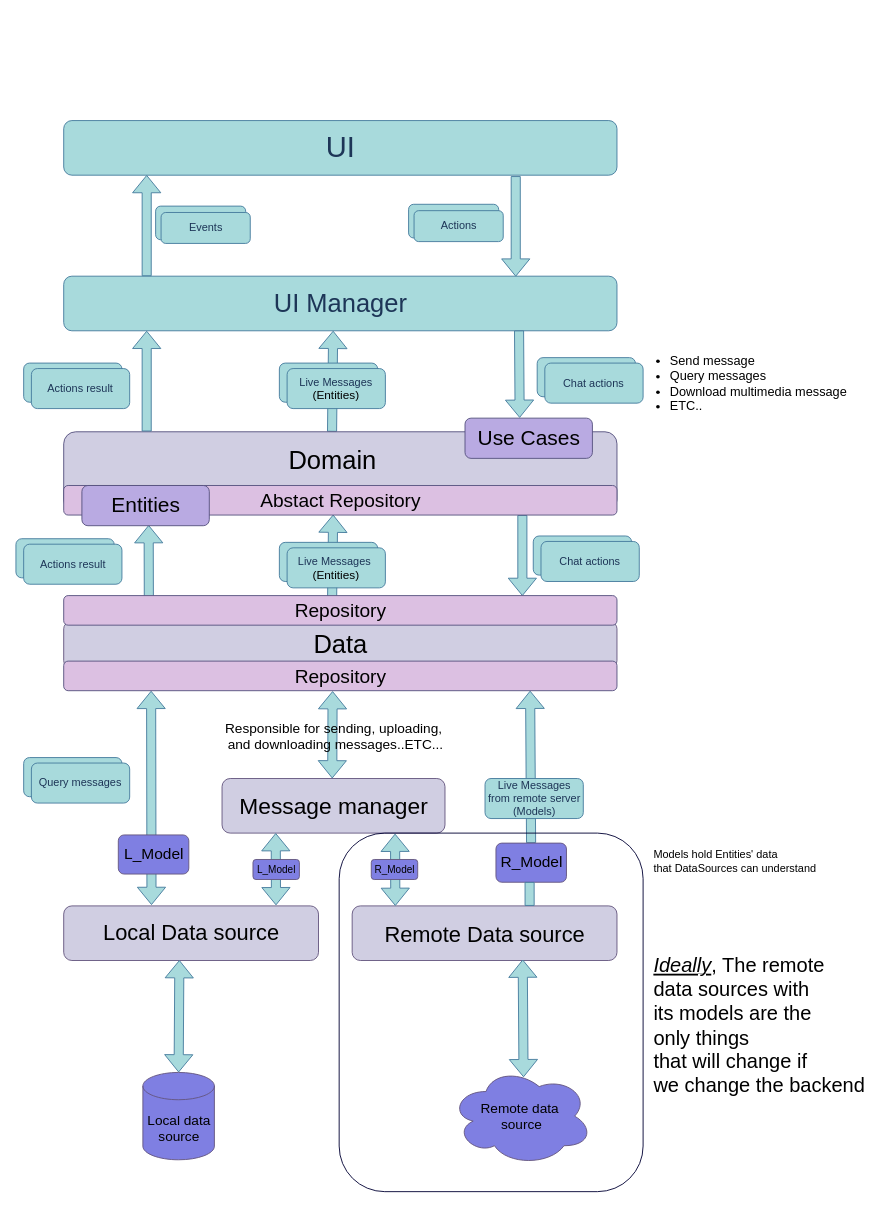
The draw.io diagram page "Messages" (1 of 3) of open-chat-architecture-for-mobile-applications.drawio in mobile-open-chat/open-chat-architecture, before the edit. Source tidied: cells renumbered, new cells numbered last; positions are measured from the earlier drawing's top-left corner, leaving out a move shared by most shapes. Both pictures are drawn from the tidied source at 91%, with x=0, y=0 at pixel (15, 120).
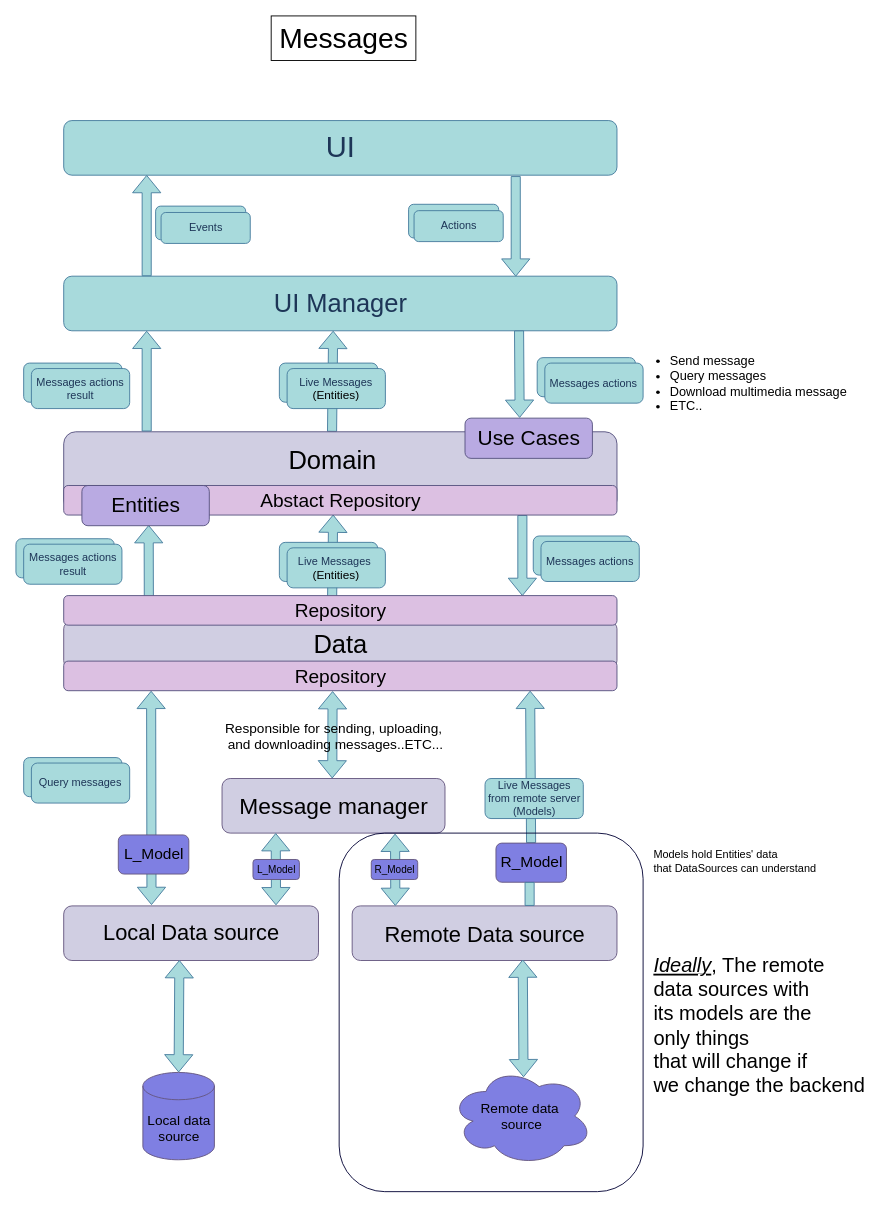
The same page after the edit.

Commit message (it also covers changes not shown here):
update the link between messages ui manager and messages event ui manager

The edit, as a diff of the source:
```diff
@@
-    <mxCell id="15" value="Chat actions" style="rounded=1;whiteSpace=wrap;html=1;fontColor=#1D3557;strokeColor=#457B9D;fillColor=#A8DADC;" parent="1" vertex="1">
+    <mxCell id="15" value="Messages actions" style="rounded=1;whiteSpace=wrap;html=1;fontColor=#1D3557;strokeColor=#457B9D;fillColor=#A8DADC;" parent="1" vertex="1">
       <mxGeometry x="581.2" y="266.5" width="108" height="44" as="geometry" />
     </mxCell>
@@
-    <mxCell id="17" value="Actions result" style="rounded=1;whiteSpace=wrap;html=1;fontColor=#1D3557;strokeColor=#457B9D;fillColor=#A8DADC;" parent="1" vertex="1">
+    <mxCell id="17" value="Messages actions result" style="rounded=1;whiteSpace=wrap;html=1;fontColor=#1D3557;strokeColor=#457B9D;fillColor=#A8DADC;" parent="1" vertex="1">
       <mxGeometry x="17" y="272.5" width="108" height="44" as="geometry" />
     </mxCell>
@@
-    <mxCell id="22" value="Chat actions" style="rounded=1;whiteSpace=wrap;html=1;fontColor=#1D3557;strokeColor=#457B9D;fillColor=#A8DADC;" parent="1" vertex="1">
+    <mxCell id="22" value="Messages actions" style="rounded=1;whiteSpace=wrap;html=1;fontColor=#1D3557;strokeColor=#457B9D;fillColor=#A8DADC;" parent="1" vertex="1">
       <mxGeometry x="577" y="462.5" width="108" height="44" as="geometry" />
     </mxCell>
@@
-    <mxCell id="25" value="Actions result" style="rounded=1;whiteSpace=wrap;html=1;fontColor=#1D3557;strokeColor=#457B9D;fillColor=#A8DADC;" parent="1" vertex="1">
+    <mxCell id="25" value="Messages actions result" style="rounded=1;whiteSpace=wrap;html=1;fontColor=#1D3557;strokeColor=#457B9D;fillColor=#A8DADC;" parent="1" vertex="1">
       <mxGeometry x="8.5" y="465.5" width="108" height="44" as="geometry" />
     </mxCell>
@@
+    <mxCell id="62" value="&lt;font style=&quot;font-size: 31px;&quot; color=&quot;#000000&quot;&gt;Messages&lt;/font&gt;" style="text;html=1;align=center;verticalAlign=middle;strokeColor=#000000;fillColor=none;" parent="1" vertex="1">
+      <mxGeometry x="280.5" y="-115" width="159" height="49" as="geometry" />
+    </mxCell>
```
